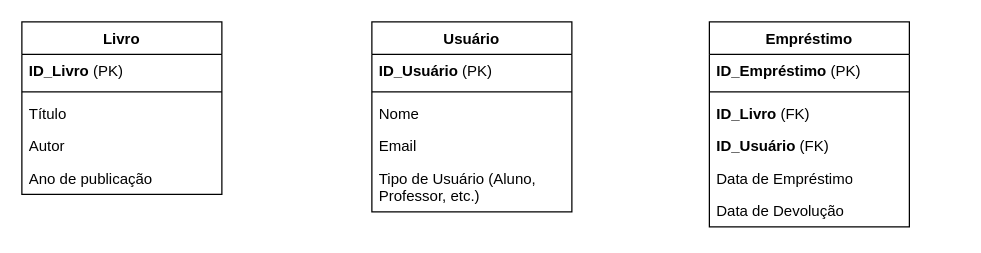
M4rquesGustavo/gg keeps this draw.io diagram as Diagram ERD.drawio. Above is the earlier version. Source tidied: cells renumbered, new cells numbered last; positions are measured from the earlier drawing's top-left corner, leaving out a move shared by most shapes. Both pictures are drawn from the tidied source at 125%, with x=0, y=0 at pixel (21, 21).
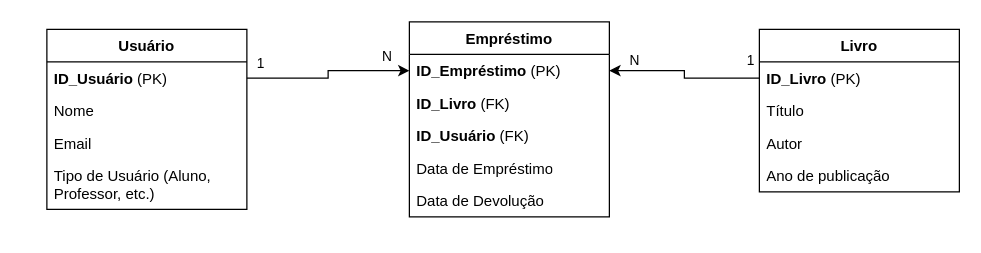
The same page after the edit.

The change refers to these unchanged cells:
```xml
<mxCell id="3" value="&lt;strong&gt;ID_Livro&lt;/strong&gt; (PK)" style="text;strokeColor=none;fillColor=none;align=left;verticalAlign=top;spacingLeft=4;spacingRight=4;overflow=hidden;points=[[0,0.5],[1,0.5]];portConstraint=eastwest;whiteSpace=wrap;html=1;" parent="2" vertex="1">
  <mxGeometry y="26" width="160" height="26" as="geometry" />
</mxCell>
<mxCell id="9" value="&lt;strong&gt;ID_Usuário&lt;/strong&gt; (PK)" style="text;strokeColor=none;fillColor=none;align=left;verticalAlign=top;spacingLeft=4;spacingRight=4;overflow=hidden;points=[[0,0.5],[1,0.5]];portConstraint=eastwest;whiteSpace=wrap;html=1;" parent="8" vertex="1">
  <mxGeometry y="26" width="160" height="26" as="geometry" />
</mxCell>
<mxCell id="15" value="&lt;strong&gt;ID_Empréstimo&lt;/strong&gt; (PK)" style="text;strokeColor=none;fillColor=none;align=left;verticalAlign=top;spacingLeft=4;spacingRight=4;overflow=hidden;points=[[0,0.5],[1,0.5]];portConstraint=eastwest;whiteSpace=wrap;html=1;" parent="14" vertex="1">
  <mxGeometry y="26" width="160" height="26" as="geometry" />
</mxCell>
```

Diff of the diagram source:
```diff
@@
     <mxCell id="2" value="Livro" style="swimlane;fontStyle=1;align=center;verticalAlign=top;horizontal=1;startSize=26;whiteSpace=wrap;html=1;" parent="1" vertex="1">
-      <mxGeometry width="160" height="138" as="geometry" />
+      <mxGeometry x="590" y="6" width="160" height="130" as="geometry" />
     </mxCell>
@@
-    <mxCell id="4" style="line;strokeWidth=1;fillColor=none;align=left;verticalAlign=middle;spacingTop=-1;spacingLeft=3;spacingRight=3;labelPosition=right;strokeColor=inherit;" parent="2" vertex="1">
-      <mxGeometry y="52" width="160" height="8" as="geometry" />
-    </mxCell>
     <mxCell id="5" value="Título" style="text;strokeColor=none;fillColor=none;align=left;verticalAlign=top;spacingLeft=4;spacingRight=4;overflow=hidden;whiteSpace=wrap;html=1;" parent="2" vertex="1">
-      <mxGeometry y="60" width="160" height="26" as="geometry" />
+      <mxGeometry y="52" width="160" height="26" as="geometry" />
     </mxCell>
     <mxCell id="6" value="Autor" style="text;strokeColor=none;fillColor=none;align=left;verticalAlign=top;spacingLeft=4;spacingRight=4;overflow=hidden;whiteSpace=wrap;html=1;" parent="2" vertex="1">
-      <mxGeometry y="86" width="160" height="26" as="geometry" />
+      <mxGeometry y="78" width="160" height="26" as="geometry" />
     </mxCell>
     <mxCell id="7" value="Ano de publicação" style="text;strokeColor=none;fillColor=none;align=left;verticalAlign=top;spacingLeft=4;spacingRight=4;overflow=hidden;whiteSpace=wrap;html=1;" parent="2" vertex="1">
-      <mxGeometry y="112" width="160" height="26" as="geometry" />
+      <mxGeometry y="104" width="160" height="26" as="geometry" />
     </mxCell>
     <mxCell id="8" value="Usuário" style="swimlane;fontStyle=1;align=center;verticalAlign=top;horizontal=1;startSize=26;whiteSpace=wrap;html=1;" parent="1" vertex="1">
-      <mxGeometry x="280" width="160" height="152" as="geometry" />
+      <mxGeometry x="20" y="6" width="160" height="144" as="geometry" />
     </mxCell>
@@
-    <mxCell id="10" style="line;strokeWidth=1;fillColor=none;align=left;verticalAlign=middle;spacingTop=-1;spacingLeft=3;spacingRight=3;labelPosition=right;strokeColor=inherit;" parent="8" vertex="1">
-      <mxGeometry y="52" width="160" height="8" as="geometry" />
-    </mxCell>
     <mxCell id="11" value="Nome" style="text;strokeColor=none;fillColor=none;align=left;verticalAlign=top;spacingLeft=4;spacingRight=4;overflow=hidden;whiteSpace=wrap;html=1;" parent="8" vertex="1">
-      <mxGeometry y="60" width="160" height="26" as="geometry" />
+      <mxGeometry y="52" width="160" height="26" as="geometry" />
     </mxCell>
     <mxCell id="12" value="Email" style="text;strokeColor=none;fillColor=none;align=left;verticalAlign=top;spacingLeft=4;spacingRight=4;overflow=hidden;whiteSpace=wrap;html=1;" parent="8" vertex="1">
-      <mxGeometry y="86" width="160" height="26" as="geometry" />
+      <mxGeometry y="78" width="160" height="26" as="geometry" />
     </mxCell>
     <mxCell id="13" value="Tipo de Usuário (Aluno, Professor, etc.)" style="text;strokeColor=none;fillColor=none;align=left;verticalAlign=top;spacingLeft=4;spacingRight=4;overflow=hidden;whiteSpace=wrap;html=1;" parent="8" vertex="1">
-      <mxGeometry y="112" width="160" height="40" as="geometry" />
+      <mxGeometry y="104" width="160" height="40" as="geometry" />
     </mxCell>
     <mxCell id="14" value="Empréstimo" style="swimlane;fontStyle=1;align=center;verticalAlign=top;horizontal=1;startSize=26;whiteSpace=wrap;html=1;" parent="1" vertex="1">
-      <mxGeometry x="550" width="160" height="164" as="geometry" />
+      <mxGeometry x="310" width="160" height="156" as="geometry" />
     </mxCell>
@@
-    <mxCell id="16" style="line;strokeWidth=1;fillColor=none;align=left;verticalAlign=middle;spacingTop=-1;spacingLeft=3;spacingRight=3;labelPosition=right;strokeColor=inherit;" parent="14" vertex="1">
-      <mxGeometry y="52" width="160" height="8" as="geometry" />
-    </mxCell>
     <mxCell id="17" value="&lt;strong&gt;ID_Livro&lt;/strong&gt; (FK)" style="text;strokeColor=none;fillColor=none;align=left;verticalAlign=top;spacingLeft=4;spacingRight=4;overflow=hidden;whiteSpace=wrap;html=1;" parent="14" vertex="1">
-      <mxGeometry y="60" width="160" height="26" as="geometry" />
+      <mxGeometry y="52" width="160" height="26" as="geometry" />
     </mxCell>
     <mxCell id="18" value="&lt;strong&gt;ID_Usuário&lt;/strong&gt; (FK)" style="text;strokeColor=none;fillColor=none;align=left;verticalAlign=top;spacingLeft=4;spacingRight=4;overflow=hidden;whiteSpace=wrap;html=1;" parent="14" vertex="1">
-      <mxGeometry y="86" width="160" height="26" as="geometry" />
+      <mxGeometry y="78" width="160" height="26" as="geometry" />
     </mxCell>
     <mxCell id="19" value="Data de Empréstimo" style="text;strokeColor=none;fillColor=none;align=left;verticalAlign=top;spacingLeft=4;spacingRight=4;overflow=hidden;whiteSpace=wrap;html=1;" parent="14" vertex="1">
-      <mxGeometry y="112" width="160" height="26" as="geometry" />
+      <mxGeometry y="104" width="160" height="26" as="geometry" />
     </mxCell>
     <mxCell id="20" value="Data de Devolução" style="text;strokeColor=none;fillColor=none;align=left;verticalAlign=top;spacingLeft=4;spacingRight=4;overflow=hidden;whiteSpace=wrap;html=1;" parent="14" vertex="1">
-      <mxGeometry y="138" width="160" height="26" as="geometry" />
+      <mxGeometry y="130" width="160" height="26" as="geometry" />
     </mxCell>
+    <mxCell id="21" style="edgeStyle=orthogonalEdgeStyle;rounded=0;jettySize=auto;html=1;entryX=0;entryY=0.5;entryDx=0;entryDy=0;" parent="1" edge="1" source="9" target="15">
+      <mxGeometry relative="1" as="geometry" />
+    </mxCell>
+    <mxCell id="22" value="1" style="edgeLabel;html=1;align=center;verticalAlign=middle;" parent="21" vertex="1">
+      <mxGeometry x="-0.86" y="1" relative="1" as="geometry">
+        <mxPoint y="-12" as="offset" />
+      </mxGeometry>
+    </mxCell>
+    <mxCell id="23" style="edgeStyle=orthogonalEdgeStyle;rounded=0;jettySize=auto;html=1;entryX=1;entryY=0.5;entryDx=0;entryDy=0;" parent="1" edge="1" source="3" target="15">
+      <mxGeometry relative="1" as="geometry" />
+    </mxCell>
+    <mxCell id="24" value="1" style="edgeLabel;html=1;align=center;verticalAlign=middle;" parent="23" vertex="1">
+      <mxGeometry x="0.49" y="-1" relative="1" as="geometry">
+        <mxPoint x="80" y="-8" as="offset" />
+      </mxGeometry>
+    </mxCell>
+    <mxCell id="25" value="N" style="edgeLabel;html=1;align=center;verticalAlign=middle;" parent="1" vertex="1">
+      <mxGeometry x="490" y="30" as="geometry">
+        <mxPoint x="-1" as="offset" />
+      </mxGeometry>
+    </mxCell>
+    <mxCell id="26" value="N" style="edgeLabel;html=1;align=center;verticalAlign=middle;" parent="1" vertex="1">
+      <mxGeometry x="290" y="20" as="geometry">
+        <mxPoint x="1" y="7" as="offset" />
+      </mxGeometry>
+    </mxCell>
```
